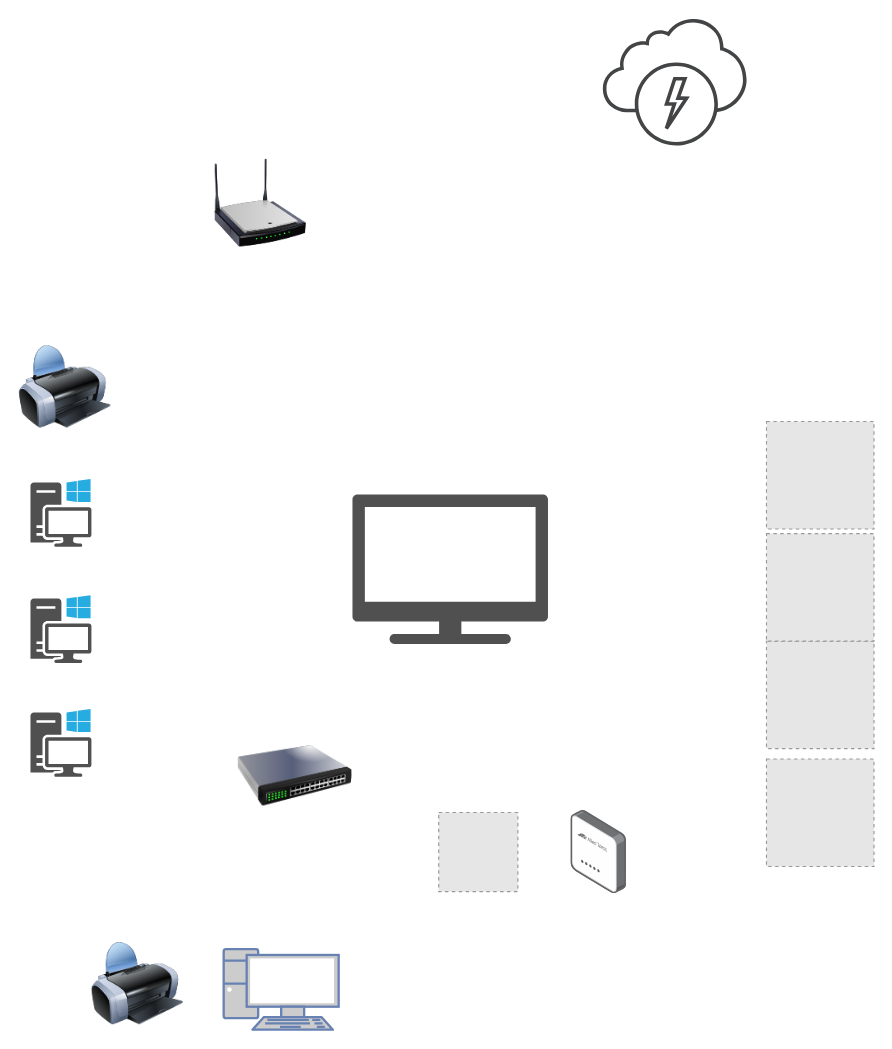
Before: Untitled Diagram.drawio in Jayke770/ojt, a draw.io diagram. Source tidied: cells renumbered, new cells numbered last; positions are measured from the earlier drawing's top-left corner, leaving out a move shared by most shapes. Both pictures are drawn from the tidied source at 115%, with x=0, y=0 at pixel (18, 18). Pictures stored in the file or linked from it are replaced by grey dashed boxes.
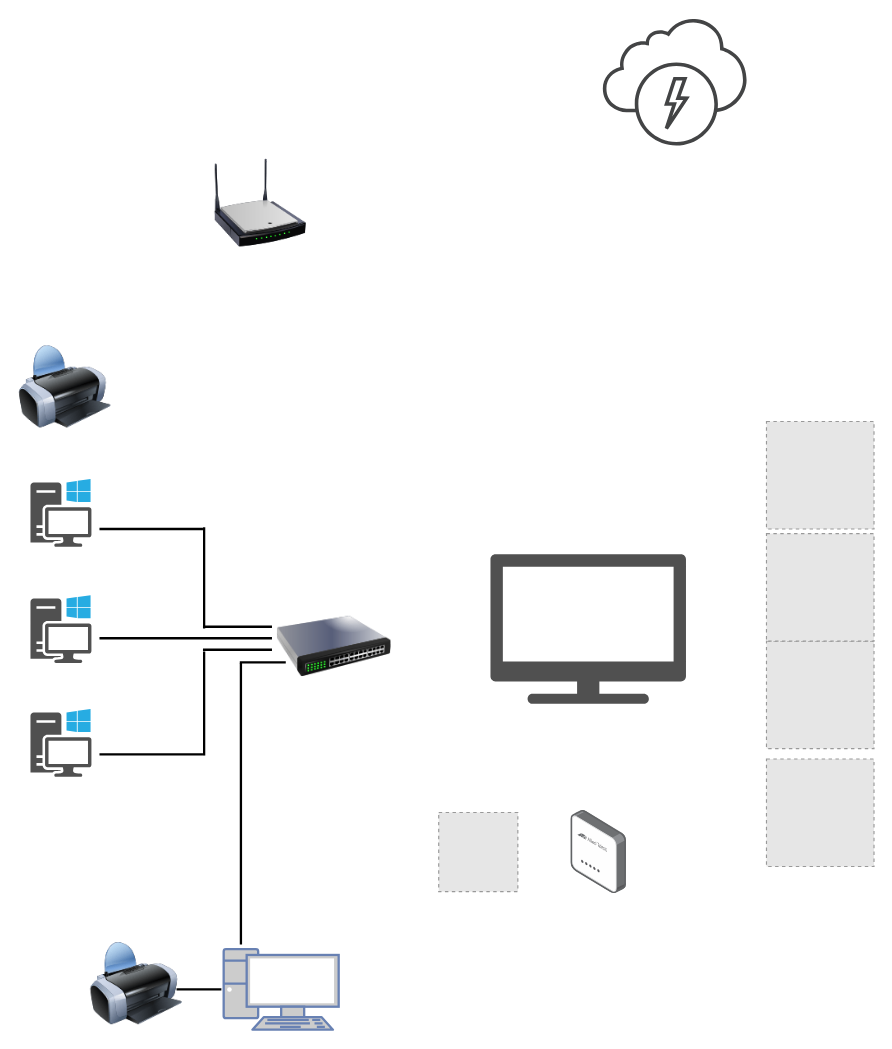
The same diagram, later.

Change to the diagram source:
```diff
@@
     <mxCell id="10" style="image;html=1;image=img/lib/clip_art/networking/Switch_128x128.png;" parent="1" vertex="1">
-      <mxGeometry x="190" y="613.5" width="100" height="90" as="geometry" />
+      <mxGeometry x="224" y="501" width="100" height="90" as="geometry" />
     </mxCell>
@@
     <mxCell id="13" style="image;html=1;image=img/lib/clip_art/computers/Printer_128x128.png;" parent="1" vertex="1">
-      <mxGeometry x="63" y="798.9" width="80" height="80" as="geometry" />
+      <mxGeometry x="62" y="798.9" width="80" height="80" as="geometry" />
     </mxCell>
     <mxCell id="14" style="shadow=0;dashed=0;html=1;strokeColor=none;fillColor=#505050;labelPosition=center;verticalLabelPosition=bottom;verticalAlign=top;align=center;shape=mxgraph.office.devices.tv;" parent="1" vertex="1">
-      <mxGeometry x="290" y="413.5" width="170" height="130" as="geometry" />
+      <mxGeometry x="410" y="465.5" width="170" height="130" as="geometry" />
     </mxCell>
@@
+    <mxCell id="18" style="line;strokeWidth=2;html=1;" parent="1" vertex="1">
+      <mxGeometry x="70" y="438.5" width="90" height="10" as="geometry" />
+    </mxCell>
+    <mxCell id="19" style="line;strokeWidth=2;html=1;" parent="1" vertex="1">
+      <mxGeometry x="70" y="533.5" width="150" height="10" as="geometry" />
+    </mxCell>
+    <mxCell id="20" style="line;strokeWidth=2;html=1;" parent="1" vertex="1">
+      <mxGeometry x="70" y="634.5" width="90" height="10" as="geometry" />
+    </mxCell>
+    <mxCell id="21" style="line;strokeWidth=2;direction=south;html=1;" parent="1" vertex="1">
+      <mxGeometry x="156" y="442" width="10" height="88" as="geometry" />
+    </mxCell>
+    <mxCell id="22" style="line;strokeWidth=2;direction=south;html=1;" parent="1" vertex="1">
+      <mxGeometry x="156" y="550" width="10" height="90.5" as="geometry" />
+    </mxCell>
+    <mxCell id="23" style="line;strokeWidth=2;html=1;" parent="1" vertex="1">
+      <mxGeometry x="160" y="523.5" width="60" height="10" as="geometry" />
+    </mxCell>
+    <mxCell id="24" style="line;strokeWidth=2;html=1;" parent="1" vertex="1">
+      <mxGeometry x="160" y="543.5" width="60" height="10" as="geometry" />
+    </mxCell>
+    <mxCell id="25" style="line;strokeWidth=2;direction=south;html=1;" parent="1" vertex="1">
+      <mxGeometry x="188" y="560" width="10" height="244.8" as="geometry" />
+    </mxCell>
+    <mxCell id="26" style="line;strokeWidth=2;html=1;" parent="1" vertex="1">
+      <mxGeometry x="192" y="554.5" width="40" height="10" as="geometry" />
+    </mxCell>
+    <mxCell id="27" style="line;strokeWidth=2;html=1;" parent="1" vertex="1">
+      <mxGeometry x="137" y="838.9" width="39" height="10" as="geometry" />
+    </mxCell>
```
